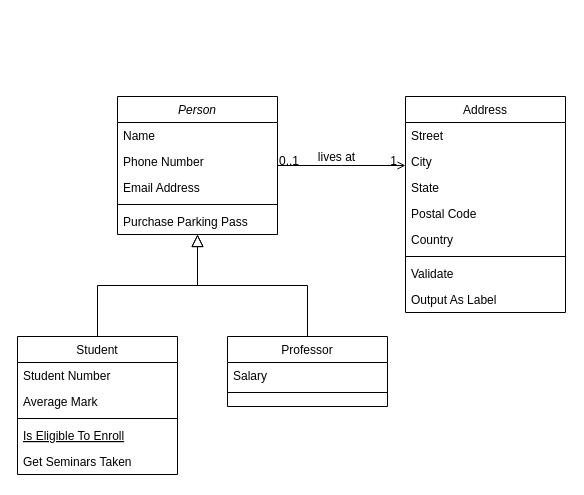
The draw.io diagram Untitled Diagram.drawio in DocR3D/Projet-SMA-PMaes, before the edit. Source tidied: cells renumbered, new cells numbered last; positions are measured from the earlier drawing's top-left corner, leaving out a move shared by most shapes. Both pictures are drawn from the tidied source at 100%, with x=0, y=0 at pixel (17, 96).
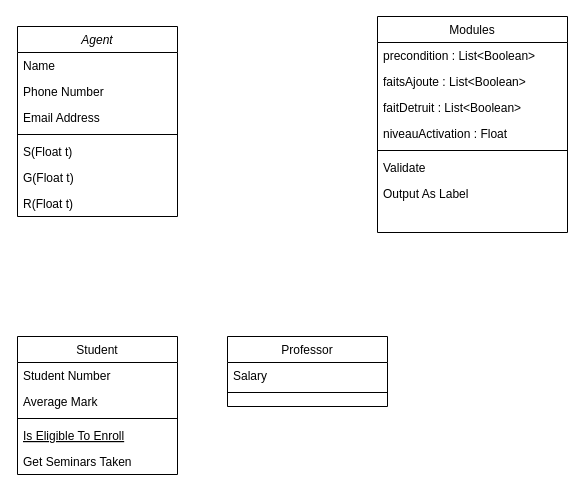
After the change.

Commit message:
Init du Diagramme de classe

Unchanged cells that the change refers to:
```xml
<mxCell id="8" value="Student" style="swimlane;fontStyle=0;align=center;verticalAlign=top;horizontal=1;startSize=26;rounded=0;shadow=0;strokeWidth=1;" parent="1" vertex="1">
  <mxGeometry y="240" width="160" height="138" as="geometry" />
</mxCell>
<mxCell id="15" value="Professor" style="swimlane;fontStyle=0;align=center;verticalAlign=top;horizontal=1;startSize=26;rounded=0;shadow=0;strokeWidth=1;" parent="1" vertex="1">
  <mxGeometry x="210" y="240" width="160" height="70" as="geometry" />
</mxCell>
```

What changed in the source:
```diff
@@
-    <mxCell id="2" value="Person" style="swimlane;fontStyle=2;align=center;verticalAlign=top;horizontal=1;startSize=26;rounded=0;shadow=0;strokeWidth=1;" parent="1" vertex="1">
-      <mxGeometry x="100" width="160" height="138" as="geometry" />
+    <mxCell id="2" value="Agent" style="swimlane;fontStyle=2;align=center;verticalAlign=top;horizontal=1;startSize=26;rounded=0;shadow=0;strokeWidth=1;" parent="1" vertex="1">
+      <mxGeometry y="-70" width="160" height="190" as="geometry" />
     </mxCell>
@@
-    <mxCell id="7" value="Purchase Parking Pass" style="text;align=left;verticalAlign=top;spacingLeft=4;spacingRight=4;overflow=hidden;" parent="2" vertex="1">
+    <mxCell id="7" value="S(Float t)" style="text;align=left;verticalAlign=top;spacingLeft=4;spacingRight=4;overflow=hidden;" parent="2" vertex="1">
       <mxGeometry y="112" width="160" height="26" as="geometry" />
     </mxCell>
+    <mxCell id="32" value="G(Float t)" style="text;align=left;verticalAlign=top;spacingLeft=4;spacingRight=4;overflow=hidden;" parent="2" vertex="1">
+      <mxGeometry y="138" width="160" height="26" as="geometry" />
+    </mxCell>
+    <mxCell id="33" value="R(Float t)" style="text;align=left;verticalAlign=top;spacingLeft=4;spacingRight=4;overflow=hidden;" parent="2" vertex="1">
+      <mxGeometry y="164" width="160" height="26" as="geometry" />
+    </mxCell>
@@
-    <mxCell id="14" style="endArrow=block;endSize=10;endFill=0;shadow=0;strokeWidth=1;rounded=0;edgeStyle=elbowEdgeStyle;elbow=vertical;" parent="1" edge="1" source="8" target="2">
-      <mxGeometry relative="1" as="geometry" />
-    </mxCell>
@@
-    <mxCell id="18" style="endArrow=block;endSize=10;endFill=0;shadow=0;strokeWidth=1;rounded=0;edgeStyle=elbowEdgeStyle;elbow=vertical;" parent="1" edge="1" source="15" target="2">
-      <mxGeometry relative="1" as="geometry" />
-    </mxCell>
-    <mxCell id="19" value="Address" style="swimlane;fontStyle=0;align=center;verticalAlign=top;horizontal=1;startSize=26;rounded=0;shadow=0;strokeWidth=1;" parent="1" vertex="1">
-      <mxGeometry x="388" width="160" height="216" as="geometry" />
+    <mxCell id="19" value="Modules" style="swimlane;fontStyle=0;align=center;verticalAlign=top;horizontal=1;startSize=26;rounded=0;shadow=0;strokeWidth=1;" parent="1" vertex="1">
+      <mxGeometry x="360" y="-80" width="190" height="216" as="geometry" />
     </mxCell>
-    <mxCell id="20" value="Street" style="text;align=left;verticalAlign=top;spacingLeft=4;spacingRight=4;overflow=hidden;" parent="19" vertex="1">
-      <mxGeometry y="26" width="160" height="26" as="geometry" />
+    <mxCell id="20" value="precondition : List&lt;Boolean&gt;" style="text;align=left;verticalAlign=top;spacingLeft=4;spacingRight=4;overflow=hidden;" parent="19" vertex="1">
+      <mxGeometry y="26" width="190" height="26" as="geometry" />
     </mxCell>
-    <mxCell id="21" value="City" style="text;align=left;verticalAlign=top;spacingLeft=4;spacingRight=4;overflow=hidden;rounded=0;shadow=0;html=0;" parent="19" vertex="1">
-      <mxGeometry y="52" width="160" height="26" as="geometry" />
+    <mxCell id="21" value="faitsAjoute : List&lt;Boolean&gt;" style="text;align=left;verticalAlign=top;spacingLeft=4;spacingRight=4;overflow=hidden;rounded=0;shadow=0;html=0;" parent="19" vertex="1">
+      <mxGeometry y="52" width="190" height="26" as="geometry" />
     </mxCell>
-    <mxCell id="22" value="State" style="text;align=left;verticalAlign=top;spacingLeft=4;spacingRight=4;overflow=hidden;rounded=0;shadow=0;html=0;" parent="19" vertex="1">
-      <mxGeometry y="78" width="160" height="26" as="geometry" />
+    <mxCell id="22" value="faitDetruit : List&lt;Boolean&gt;" style="text;align=left;verticalAlign=top;spacingLeft=4;spacingRight=4;overflow=hidden;rounded=0;shadow=0;html=0;" parent="19" vertex="1">
+      <mxGeometry y="78" width="190" height="26" as="geometry" />
     </mxCell>
-    <mxCell id="23" value="Postal Code" style="text;align=left;verticalAlign=top;spacingLeft=4;spacingRight=4;overflow=hidden;rounded=0;shadow=0;html=0;" parent="19" vertex="1">
-      <mxGeometry y="104" width="160" height="26" as="geometry" />
+    <mxCell id="23" value="niveauActivation : Float" style="text;align=left;verticalAlign=top;spacingLeft=4;spacingRight=4;overflow=hidden;rounded=0;shadow=0;html=0;" parent="19" vertex="1">
+      <mxGeometry y="104" width="190" height="26" as="geometry" />
     </mxCell>
-    <mxCell id="24" value="Country" style="text;align=left;verticalAlign=top;spacingLeft=4;spacingRight=4;overflow=hidden;rounded=0;shadow=0;html=0;" parent="19" vertex="1">
-      <mxGeometry y="130" width="160" height="26" as="geometry" />
-    </mxCell>
     <mxCell id="25" style="line;html=1;strokeWidth=1;align=left;verticalAlign=middle;spacingTop=-1;spacingLeft=3;spacingRight=3;labelPosition=right;" parent="19" vertex="1">
-      <mxGeometry y="156" width="160" height="8" as="geometry" />
+      <mxGeometry y="130" width="190" height="8" as="geometry" />
     </mxCell>
     <mxCell id="26" value="Validate" style="text;align=left;verticalAlign=top;spacingLeft=4;spacingRight=4;overflow=hidden;" parent="19" vertex="1">
-      <mxGeometry y="164" width="160" height="26" as="geometry" />
+      <mxGeometry y="138" width="190" height="26" as="geometry" />
     </mxCell>
     <mxCell id="27" value="Output As Label" style="text;align=left;verticalAlign=top;spacingLeft=4;spacingRight=4;overflow=hidden;" parent="19" vertex="1">
-      <mxGeometry y="190" width="160" height="26" as="geometry" />
+      <mxGeometry y="164" width="190" height="26" as="geometry" />
     </mxCell>
-    <mxCell id="28" style="endArrow=open;shadow=0;strokeWidth=1;rounded=0;endFill=1;edgeStyle=elbowEdgeStyle;elbow=vertical;" parent="1" edge="1" source="2" target="19">
-      <mxGeometry x="0.5" y="41" relative="1" as="geometry">
-        <mxPoint x="-40" y="32" as="offset" />
-      </mxGeometry>
-    </mxCell>
-    <mxCell id="29" value="0..1" style="align=left;verticalAlign=bottom;labelBackgroundColor=none;fontSize=12;" parent="28" vertex="1">
-      <mxGeometry x="-1" relative="1" as="geometry">
-        <mxPoint y="4" as="offset" />
-      </mxGeometry>
-    </mxCell>
-    <mxCell id="30" value="1" style="align=right;verticalAlign=bottom;labelBackgroundColor=none;fontSize=12;" parent="28" vertex="1">
-      <mxGeometry x="1" relative="1" as="geometry">
-        <mxPoint x="-7" y="4" as="offset" />
-      </mxGeometry>
-    </mxCell>
-    <mxCell id="31" value="lives at" style="text;html=1;align=center;verticalAlign=middle;labelBackgroundColor=none;rounded=0;shadow=0;strokeWidth=1;fontSize=12;" parent="28" vertex="1">
-      <mxGeometry x="0.5" y="49" relative="1" as="geometry">
-        <mxPoint x="-38" y="40" as="offset" />
-      </mxGeometry>
-    </mxCell>
```
